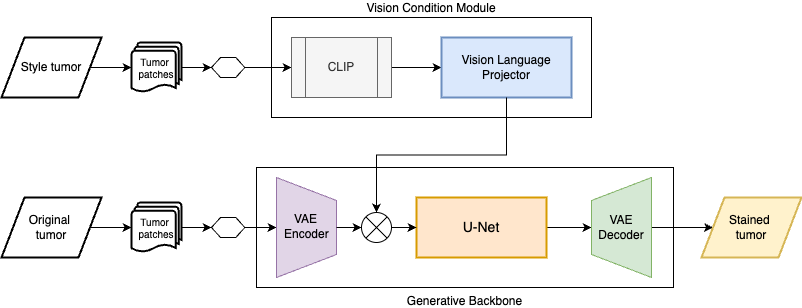
kurosawaxyz/BiOSGen keeps this draw.io diagram as assets/main.drawio.png. Above is the earlier version. Source tidied: cells renumbered, new cells last; positions are measured from the earlier drawing's top-left corner, leaving out a move shared by most shapes.
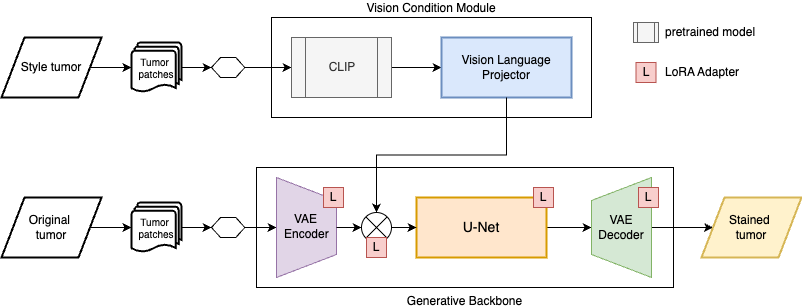
After the commit.

Commit message:
update main diagram + user instructions

Diff of the diagram source:
```diff
@@ -83,5 +83,29 @@
     <mxCell id="28" style="edgeStyle=orthogonalEdgeStyle;rounded=0;jettySize=auto;html=1;exitX=0.5;exitY=1;exitDx=0;exitDy=0;entryX=0;entryY=0.5;entryDx=0;entryDy=0;entryPerimeter=0;" parent="1" edge="1" source="19" target="26">
       <mxGeometry relative="1" as="geometry" />
     </mxCell>
+    <mxCell id="29" style="verticalLabelPosition=middle;verticalAlign=middle;html=1;shape=process;whiteSpace=wrap;rounded=0;size=0.14;arcSize=6;labelPosition=center;align=center;fontSize=12;fillColor=#f5f5f5;fontColor=#333333;strokeColor=#666666;" parent="1" vertex="1">
+      <mxGeometry x="632" y="5" width="25" height="20" as="geometry" />
+    </mxCell>
+    <mxCell id="30" value="L" style="rounded=0;whiteSpace=wrap;html=1;fillColor=#f8cecc;strokeColor=#b85450;" parent="1" vertex="1">
+      <mxGeometry x="322" y="170" width="20" height="20" as="geometry" />
+    </mxCell>
+    <mxCell id="31" value="L" style="rounded=0;whiteSpace=wrap;html=1;fillColor=#f8cecc;strokeColor=#b85450;" parent="1" vertex="1">
+      <mxGeometry x="532" y="170" width="20" height="20" as="geometry" />
+    </mxCell>
+    <mxCell id="32" value="L" style="rounded=0;whiteSpace=wrap;html=1;fillColor=#f8cecc;strokeColor=#b85450;" parent="1" vertex="1">
+      <mxGeometry x="637" y="170" width="20" height="20" as="geometry" />
+    </mxCell>
+    <mxCell id="33" value="L" style="rounded=0;whiteSpace=wrap;html=1;fillColor=#f8cecc;strokeColor=#b85450;" parent="1" vertex="1">
+      <mxGeometry x="634.5" y="45" width="20" height="20" as="geometry" />
+    </mxCell>
+    <mxCell id="34" value="pretrained model" style="text;html=1;align=left;verticalAlign=middle;whiteSpace=wrap;rounded=0;" parent="1" vertex="1">
+      <mxGeometry x="662" width="102" height="30" as="geometry" />
+    </mxCell>
+    <mxCell id="35" value="LoRA Adapter" style="text;html=1;align=left;verticalAlign=middle;whiteSpace=wrap;rounded=0;" parent="1" vertex="1">
+      <mxGeometry x="662" y="40" width="102" height="30" as="geometry" />
+    </mxCell>
+    <mxCell id="36" value="L" style="rounded=0;whiteSpace=wrap;html=1;fillColor=#f8cecc;strokeColor=#b85450;" parent="1" vertex="1">
+      <mxGeometry x="365" y="220" width="20" height="20" as="geometry" />
+    </mxCell>
   </root>
 </mxGraphModel>
```
